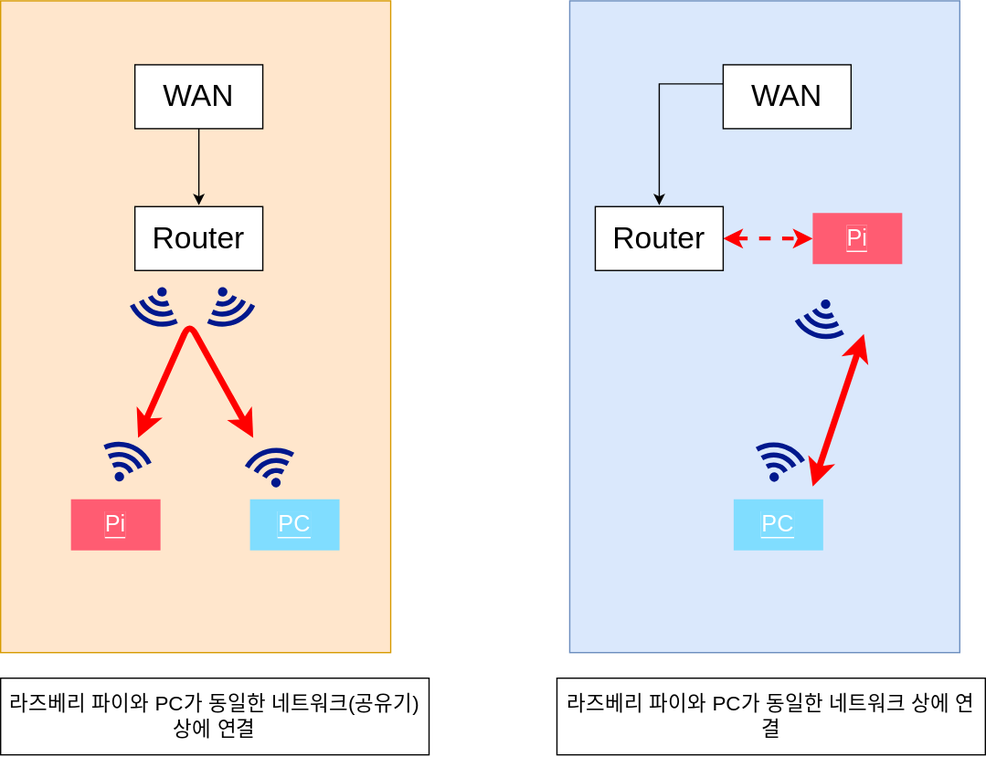
wsy8029/flask-dashboard keeps this draw.io diagram as network.svg. Above is the earlier version. Source tidied: cells renumbered, new cells last; positions are measured from the earlier drawing's top-left corner, leaving out a move shared by most shapes.
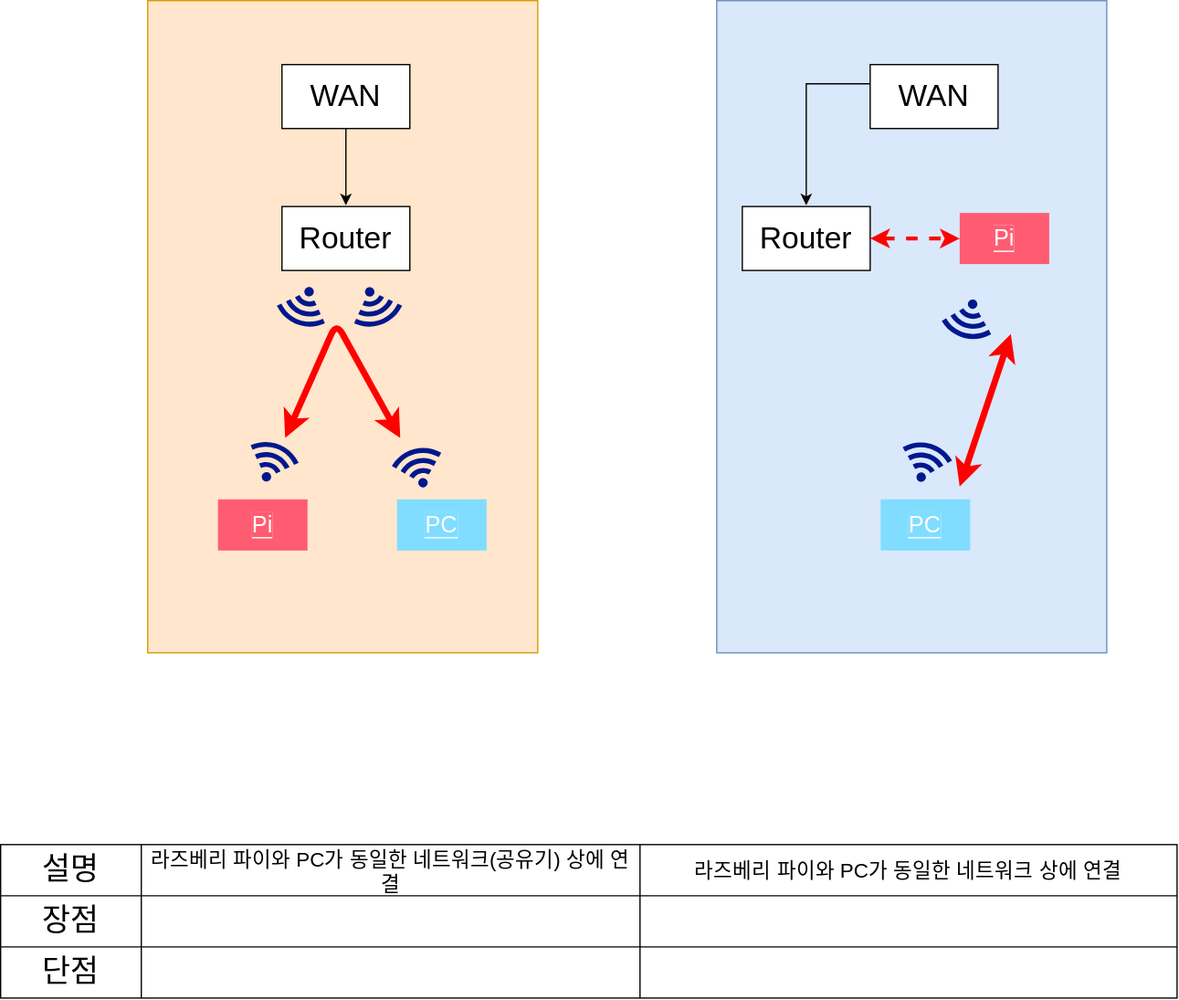
The same file after the commit.

What changed in the source:
```diff
@@ -58,12 +58,6 @@
         <mxPoint x="565" y="185.9" as="sourcePoint" />
       </mxGeometry>
     </mxCell>
-    <mxCell id="15" value="&lt;font size=&quot;3&quot;&gt;라즈베리 파이와 PC가 동일한 네트워크(공유기) 상에 연결&lt;/font&gt;" style="rounded=0;whiteSpace=wrap;html=1;" parent="1" vertex="1">
-      <mxGeometry y="530" width="335" height="60" as="geometry" />
-    </mxCell>
-    <mxCell id="16" value="&lt;font size=&quot;3&quot;&gt;라즈베리 파이와 PC가 동일한 네트워크 상에 연결&lt;/font&gt;" style="rounded=0;whiteSpace=wrap;html=1;" parent="1" vertex="1">
-      <mxGeometry x="435" y="530" width="335" height="60" as="geometry" />
-    </mxCell>
     <mxCell id="17" value="&lt;font style=&quot;font-size: 24px&quot;&gt;WAN&lt;/font&gt;" style="rounded=0;whiteSpace=wrap;html=1;labelBackgroundColor=#ffffff;" parent="1" vertex="1">
       <mxGeometry x="105" y="50" width="100" height="50" as="geometry" />
     </mxCell>
@@ -88,5 +82,44 @@
     <mxCell id="24" value="&lt;font style=&quot;font-size: 18px ; background-color: rgb(128 , 221 , 255)&quot; color=&quot;#ffffff&quot;&gt;PC&lt;/font&gt;" style="rounded=0;whiteSpace=wrap;html=1;labelBackgroundColor=#ffffff;fillColor=#80DDFF;strokeColor=none;" parent="1" vertex="1">
       <mxGeometry x="573.2" y="390" width="70" height="40" as="geometry" />
     </mxCell>
+    <mxCell id="25" style="shape=table;html=1;whiteSpace=wrap;startSize=0;" parent="1" vertex="1">
+      <mxGeometry x="-115" y="660" width="920" height="120" as="geometry" />
+    </mxCell>
+    <mxCell id="26" style="shape=partialRectangle;html=1;whiteSpace=wrap;fillColor=none;top=0;left=0;bottom=0;right=0;" parent="25" vertex="1">
+      <mxGeometry width="920" height="40" as="geometry" />
+    </mxCell>
+    <mxCell id="27" value="&lt;font style=&quot;font-size: 24px&quot;&gt;설명&lt;/font&gt;" style="shape=partialRectangle;html=1;whiteSpace=wrap;overflow=hidden;fillColor=none;top=0;left=0;bottom=0;right=0;" parent="26" vertex="1">
+      <mxGeometry width="110" height="40" as="geometry" />
+    </mxCell>
+    <mxCell id="15" value="&lt;span style=&quot;font-size: medium ; text-align: justify&quot;&gt;라즈베리 파이와 PC가 동일한 네트워크(공유기) 상에 연결&lt;/span&gt;" style="shape=partialRectangle;html=1;whiteSpace=wrap;overflow=hidden;fillColor=none;top=0;left=0;bottom=0;right=0;" parent="26" vertex="1">
+      <mxGeometry x="110" width="390" height="40" as="geometry" />
+    </mxCell>
+    <mxCell id="16" value="&lt;span style=&quot;font-size: medium&quot;&gt;라즈베리 파이와 PC가 동일한 네트워크 상에 연결&lt;/span&gt;" style="shape=partialRectangle;html=1;whiteSpace=wrap;overflow=hidden;fillColor=none;top=0;left=0;bottom=0;right=0;" parent="26" vertex="1">
+      <mxGeometry x="500" width="420" height="40" as="geometry" />
+    </mxCell>
+    <mxCell id="28" style="shape=partialRectangle;html=1;whiteSpace=wrap;fillColor=none;top=0;left=0;bottom=0;right=0;" parent="25" vertex="1">
+      <mxGeometry y="40" width="920" height="40" as="geometry" />
+    </mxCell>
+    <mxCell id="29" value="&lt;font style=&quot;font-size: 24px&quot;&gt;장점&lt;/font&gt;" style="shape=partialRectangle;html=1;whiteSpace=wrap;overflow=hidden;fillColor=none;top=0;left=0;bottom=0;right=0;" parent="28" vertex="1">
+      <mxGeometry width="110" height="40" as="geometry" />
+    </mxCell>
+    <mxCell id="30" style="shape=partialRectangle;html=1;whiteSpace=wrap;overflow=hidden;fillColor=none;top=0;left=0;bottom=0;right=0;" parent="28" vertex="1">
+      <mxGeometry x="110" width="390" height="40" as="geometry" />
+    </mxCell>
+    <mxCell id="31" style="shape=partialRectangle;html=1;whiteSpace=wrap;overflow=hidden;fillColor=none;top=0;left=0;bottom=0;right=0;" parent="28" vertex="1">
+      <mxGeometry x="500" width="420" height="40" as="geometry" />
+    </mxCell>
+    <mxCell id="32" style="shape=partialRectangle;html=1;whiteSpace=wrap;fillColor=none;top=0;left=0;bottom=0;right=0;" parent="25" vertex="1">
+      <mxGeometry y="80" width="920" height="40" as="geometry" />
+    </mxCell>
+    <mxCell id="33" value="&lt;font style=&quot;font-size: 24px&quot;&gt;단점&lt;/font&gt;" style="shape=partialRectangle;html=1;whiteSpace=wrap;overflow=hidden;fillColor=none;top=0;left=0;bottom=0;right=0;" parent="32" vertex="1">
+      <mxGeometry width="110" height="40" as="geometry" />
+    </mxCell>
+    <mxCell id="34" style="shape=partialRectangle;html=1;whiteSpace=wrap;overflow=hidden;fillColor=none;top=0;left=0;bottom=0;right=0;" parent="32" vertex="1">
+      <mxGeometry x="110" width="390" height="40" as="geometry" />
+    </mxCell>
+    <mxCell id="35" style="shape=partialRectangle;html=1;whiteSpace=wrap;overflow=hidden;fillColor=none;top=0;left=0;bottom=0;right=0;" parent="32" vertex="1">
+      <mxGeometry x="500" width="420" height="40" as="geometry" />
+    </mxCell>
   </root>
 </mxGraphModel>
```
